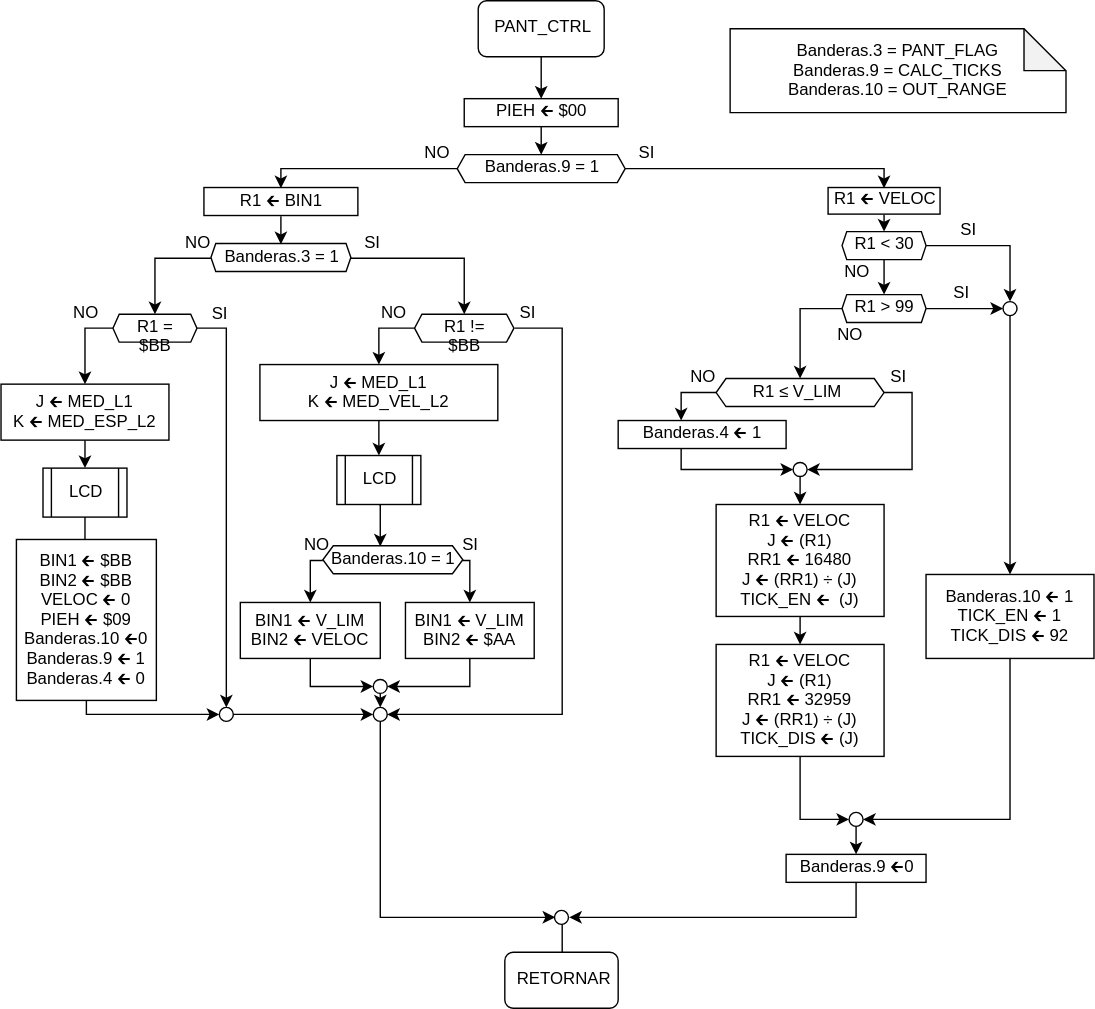
This is PROYECTO/diagrams_svg/PANT_CTRL.svg from slealq/micros, a draw.io export, as it was before one commit. Source tidied: cells renumbered, new cells last; positions are measured from the earlier drawing's top-left corner, leaving out a move shared by most shapes.
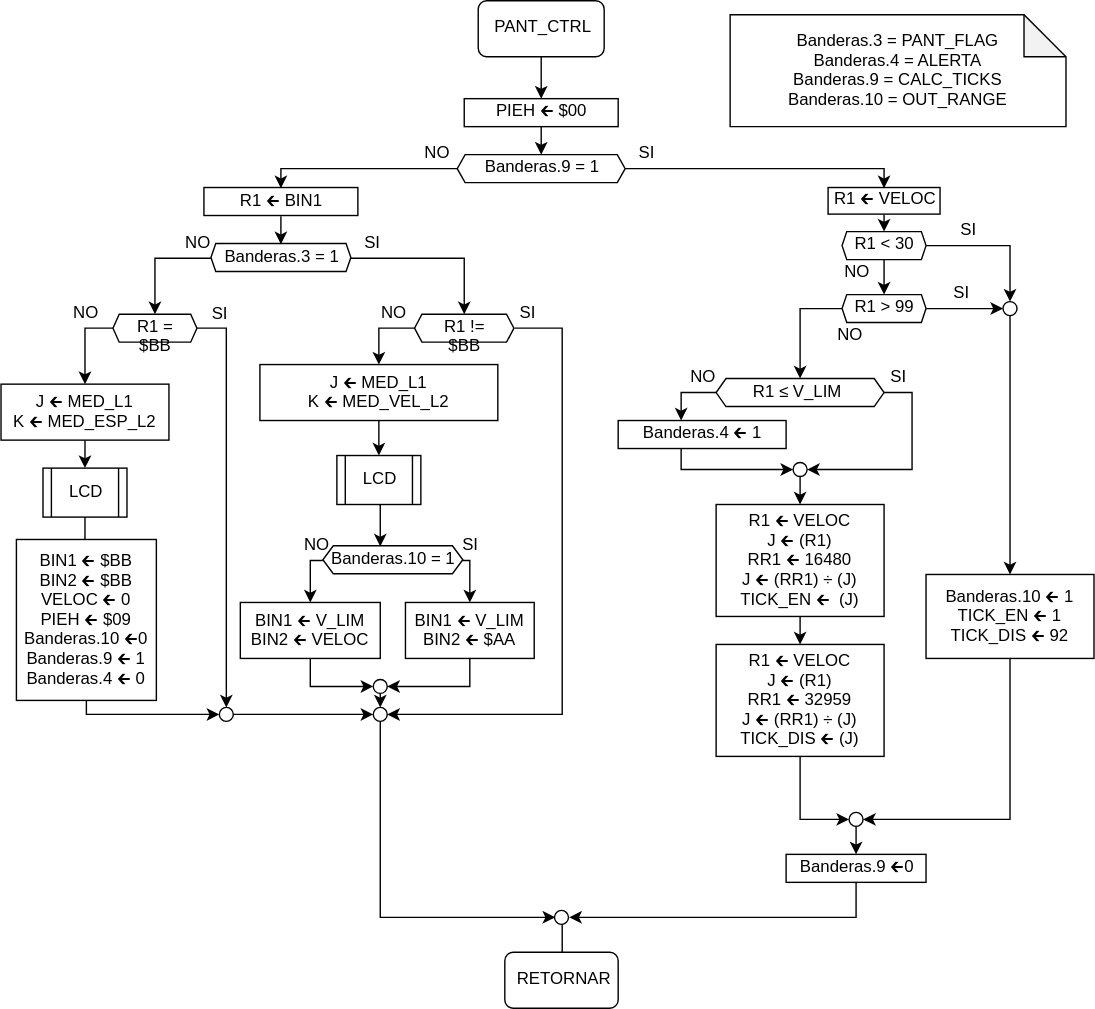
After the change.

Change to the diagram source:
```diff
@@ -268,8 +268,8 @@
     <mxCell id="77" value="R1 🡰 BIN1" style="rounded=0;whiteSpace=wrap;html=1;" parent="1" vertex="1">
       <mxGeometry x="145" y="133.5" width="110" height="20" as="geometry" />
     </mxCell>
-    <mxCell id="78" value="Banderas.3 = PANT_FLAG&#10;Banderas.9 = CALC_TICKS&#10;Banderas.10 = OUT_RANGE" style="shape=note;backgroundOutline=1;darkOpacity=0.05;" parent="1" vertex="1">
-      <mxGeometry x="521" y="20" width="240" height="60" as="geometry" />
+    <mxCell id="78" value="Banderas.3 = PANT_FLAG&#10;Banderas.4 = ALERTA&#10;Banderas.9 = CALC_TICKS&#10;Banderas.10 = OUT_RANGE" style="shape=note;backgroundOutline=1;darkOpacity=0.05;" parent="1" vertex="1">
+      <mxGeometry x="521" y="10" width="240" height="80" as="geometry" />
     </mxCell>
     <mxCell id="79" style="edgeStyle=orthogonalEdgeStyle;rounded=0;orthogonalLoop=1;jettySize=auto;html=1;exitX=0.5;exitY=1;exitDx=0;exitDy=0;entryX=0.5;entryY=0;entryDx=0;entryDy=0;" parent="1" edge="1">
       <mxGeometry relative="1" as="geometry">
```
